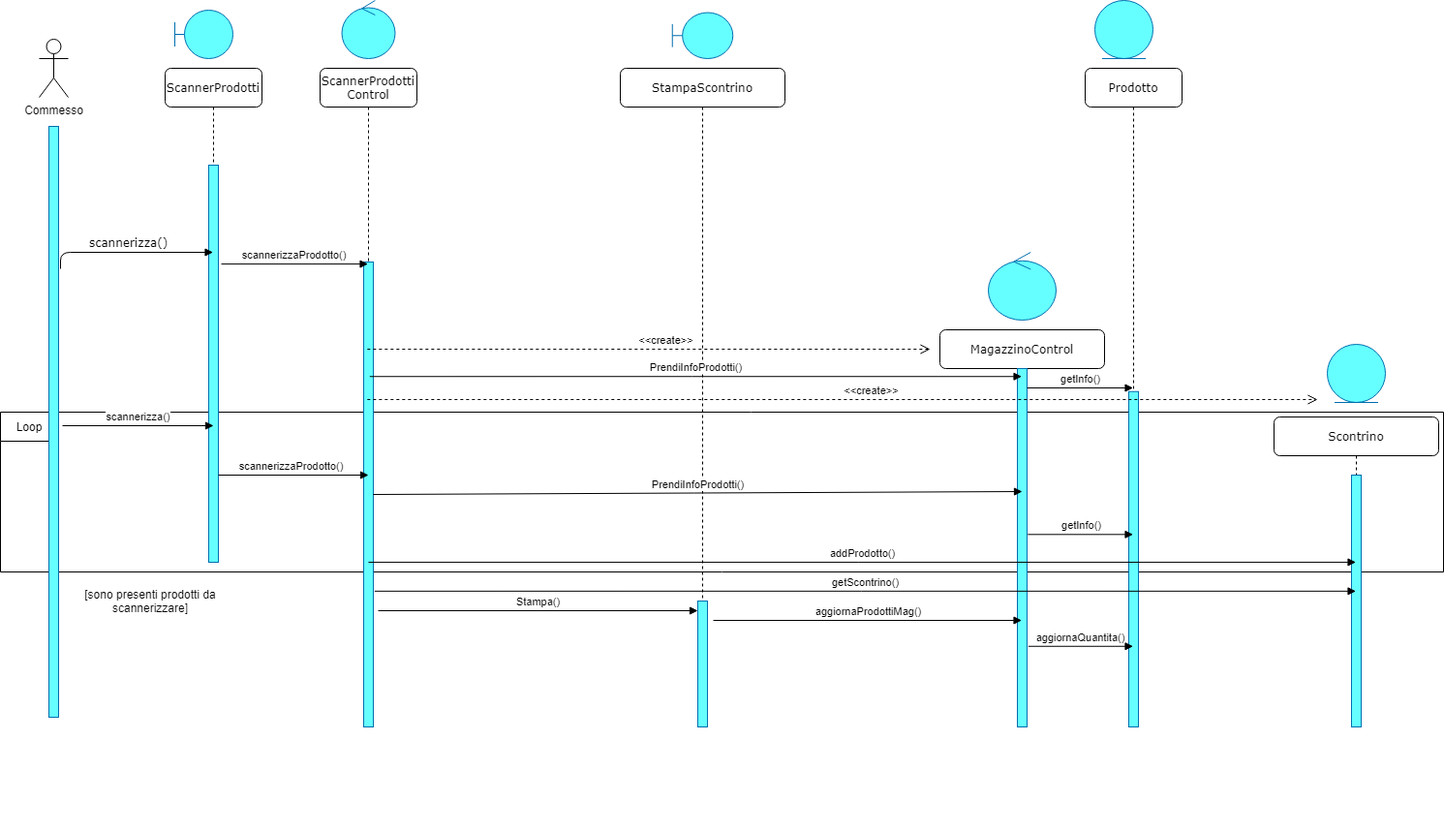
Ciro-Fusco/NewDM keeps this draw.io diagram as documentazioneRAD/Object&SequenceDiagram/SD_1.png. Above is the earlier version. Source tidied: cells renumbered, new cells last; positions are measured from the earlier drawing's top-left corner, leaving out a move shared by most shapes.
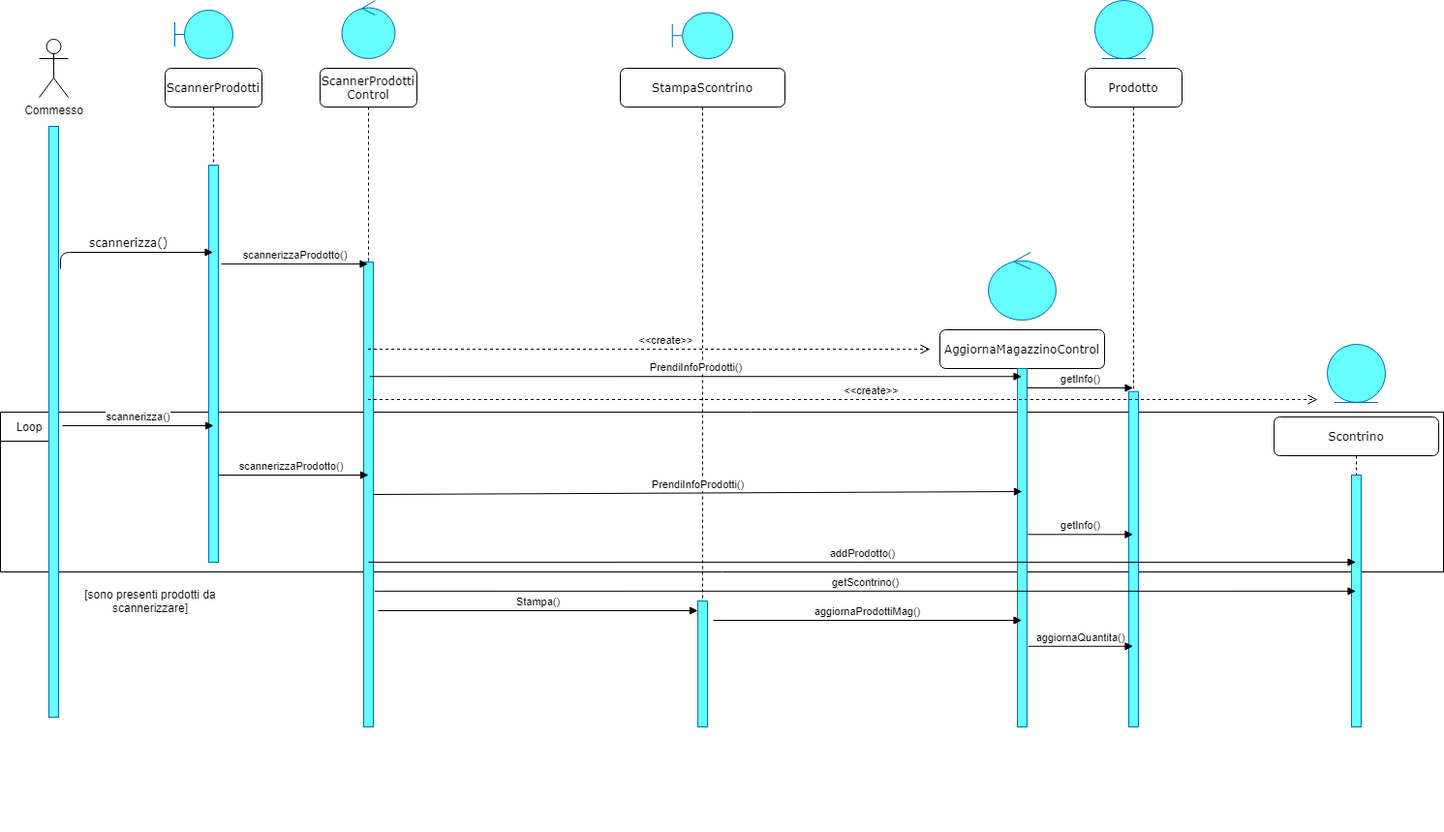
After the change.

Diff of the diagram source:
```diff
@@ -62,7 +62,7 @@
         <mxPoint x="220" y="439" as="targetPoint" />
       </mxGeometry>
     </mxCell>
-    <mxCell id="18" value="MagazzinoControl" style="shape=umlLifeline;perimeter=lifelinePerimeter;whiteSpace=wrap;html=1;outlineConnect=0;rounded=1;shadow=0;comic=0;labelBackgroundColor=none;strokeWidth=1;fontFamily=Verdana;fontSize=12;align=center;" parent="1" vertex="1">
+    <mxCell id="18" value="AggiornaMagazzinoControl" style="shape=umlLifeline;perimeter=lifelinePerimeter;whiteSpace=wrap;html=1;outlineConnect=0;rounded=1;shadow=0;comic=0;labelBackgroundColor=none;strokeWidth=1;fontFamily=Verdana;fontSize=12;align=center;" parent="1" vertex="1">
       <mxGeometry x="970" y="340" width="170" height="410" as="geometry" />
     </mxCell>
     <mxCell id="19" style="html=1;points=[];perimeter=orthogonalPerimeter;rounded=0;shadow=0;comic=0;labelBackgroundColor=none;strokeWidth=1;fontFamily=Verdana;fontSize=12;align=center;strokeColor=#006EAF;fontColor=#ffffff;fillColor=#66FFFF;" parent="18" vertex="1">
```
